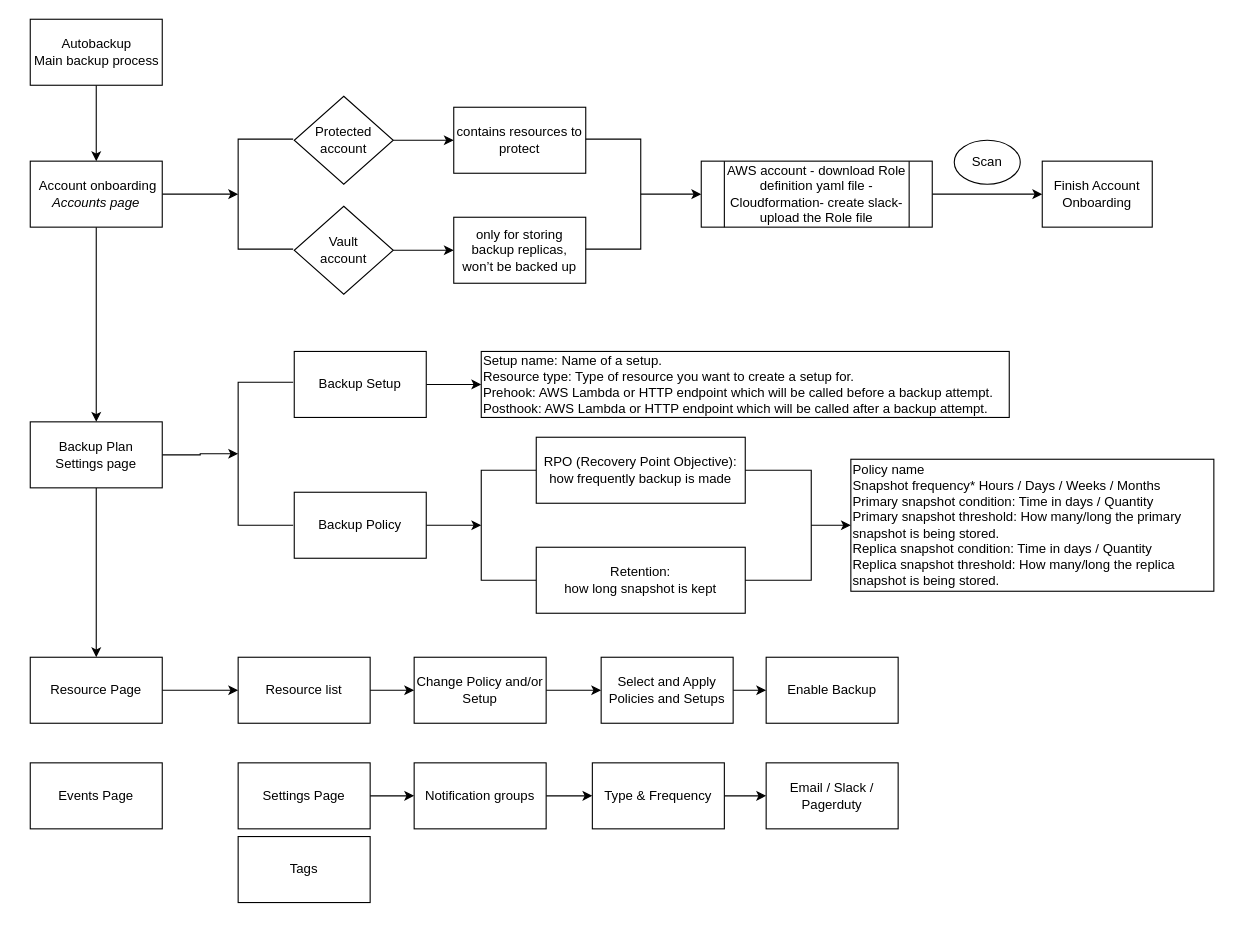
This is Untitled Diagram.drawio from amuRico/follow, a draw.io file, before an edit. Source tidied: cells renumbered, new cells numbered last; positions are measured from the earlier drawing's top-left corner, leaving out a move shared by most shapes. Both pictures are drawn from the tidied source at 110%, with x=0, y=0 at pixel (19, 19).
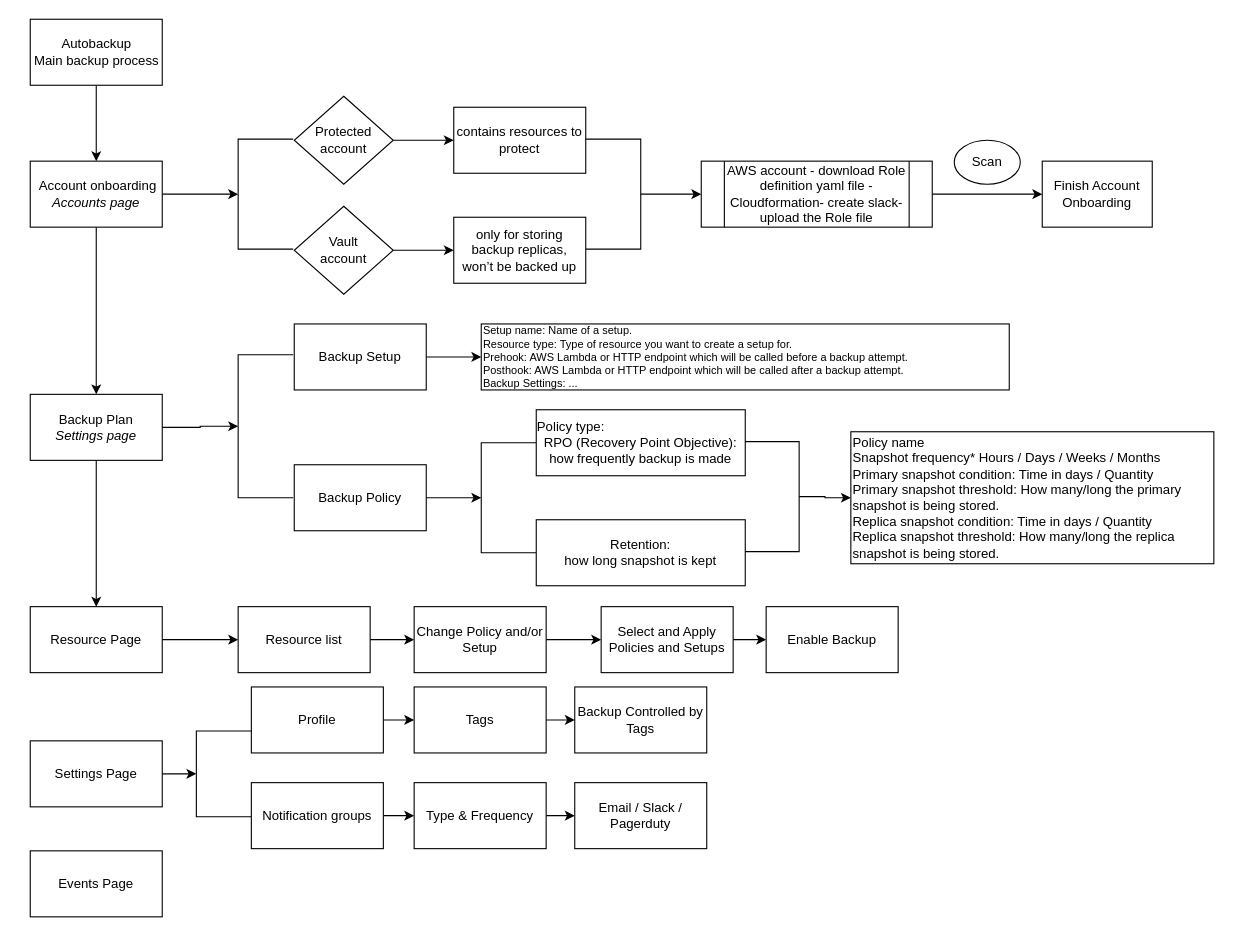
Above is the later version.

Diff of the diagram source:
```diff
@@
-    <mxCell id="9" value="Backup Plan&lt;br&gt;Settings page" style="rounded=0;whiteSpace=wrap;html=1;" parent="1" vertex="1">
-      <mxGeometry x="10" y="366" width="120" height="60" as="geometry" />
+    <mxCell id="9" value="Backup Plan&lt;br&gt;&lt;i&gt;Settings page&lt;/i&gt;" style="rounded=0;whiteSpace=wrap;html=1;" parent="1" vertex="1">
+      <mxGeometry x="10" y="341" width="120" height="60" as="geometry" />
     </mxCell>
@@
     <mxCell id="11" value="Resource Page" style="rounded=0;whiteSpace=wrap;html=1;" parent="1" vertex="1">
-      <mxGeometry x="10" y="580" width="120" height="60" as="geometry" />
+      <mxGeometry x="10" y="534" width="120" height="60" as="geometry" />
     </mxCell>
     <mxCell id="12" value="Events Page" style="rounded=0;whiteSpace=wrap;html=1;" parent="1" vertex="1">
-      <mxGeometry x="10" y="676" width="120" height="60" as="geometry" />
+      <mxGeometry x="10" y="756" width="120" height="60" as="geometry" />
     </mxCell>
@@
     <mxCell id="14" value="Resource list" style="rounded=0;whiteSpace=wrap;html=1;" parent="1" vertex="1">
-      <mxGeometry x="199" y="580" width="120" height="60" as="geometry" />
+      <mxGeometry x="199" y="534" width="120" height="60" as="geometry" />
     </mxCell>
@@
     <mxCell id="16" value="Change Policy and/or Setup" style="rounded=0;whiteSpace=wrap;html=1;" parent="1" vertex="1">
-      <mxGeometry x="359" y="580" width="120" height="60" as="geometry" />
+      <mxGeometry x="359" y="534" width="120" height="60" as="geometry" />
     </mxCell>
@@
     <mxCell id="18" value="Select and Apply Policies and Setups" style="rounded=0;whiteSpace=wrap;html=1;" parent="1" vertex="1">
-      <mxGeometry x="529" y="580" width="120" height="60" as="geometry" />
+      <mxGeometry x="529" y="534" width="120" height="60" as="geometry" />
     </mxCell>
@@
     <mxCell id="20" value="Backup Setup" style="rounded=0;whiteSpace=wrap;html=1;" parent="1" vertex="1">
-      <mxGeometry x="250" y="302" width="120" height="60" as="geometry" />
+      <mxGeometry x="250" y="277" width="120" height="60" as="geometry" />
     </mxCell>
@@
     <mxCell id="22" value="Backup Policy" style="rounded=0;whiteSpace=wrap;html=1;" parent="1" vertex="1">
-      <mxGeometry x="250" y="430" width="120" height="60" as="geometry" />
+      <mxGeometry x="250" y="405" width="120" height="60" as="geometry" />
     </mxCell>
     <mxCell id="23" value="Enable Backup" style="rounded=0;whiteSpace=wrap;html=1;" parent="1" vertex="1">
-      <mxGeometry x="679" y="580" width="120" height="60" as="geometry" />
+      <mxGeometry x="679" y="534" width="120" height="60" as="geometry" />
     </mxCell>
@@
     <mxCell id="37" style="strokeWidth=1;html=1;shape=mxgraph.flowchart.annotation_1;align=left;" parent="1" vertex="1">
-      <mxGeometry x="199" y="330" width="50" height="130" as="geometry" />
+      <mxGeometry x="199" y="305" width="50" height="130" as="geometry" />
     </mxCell>
-    <mxCell id="38" value="Setup name: Name of a setup.&lt;br&gt;Resource type: Type of resource you want to create a setup for.&lt;br&gt;&lt;div&gt;Prehook: AWS Lambda or HTTP endpoint which will be called before a backup attempt. &lt;br&gt;&lt;/div&gt;&lt;div&gt;Posthook: AWS Lambda or HTTP endpoint which will be called after a backup attempt.&lt;/div&gt;" style="rounded=0;whiteSpace=wrap;html=1;align=left;" parent="1" vertex="1">
-      <mxGeometry x="420" y="302" width="480" height="60" as="geometry" />
+    <mxCell id="38" value="Setup name: Name of a setup.&lt;br style=&quot;font-size: 10px;&quot;&gt;Resource type: Type of resource you want to create a setup for.&lt;br style=&quot;font-size: 10px;&quot;&gt;&lt;div style=&quot;font-size: 10px;&quot;&gt;Prehook: AWS Lambda or HTTP endpoint which will be called before a backup attempt. &lt;br style=&quot;font-size: 10px;&quot;&gt;&lt;/div&gt;&lt;div style=&quot;font-size: 10px;&quot;&gt;Posthook: AWS Lambda or HTTP endpoint which will be called after a backup attempt.&lt;/div&gt;&lt;div style=&quot;font-size: 10px;&quot;&gt;Backup Settings: ...&lt;br style=&quot;font-size: 10px;&quot;&gt;&lt;/div&gt;" style="rounded=0;whiteSpace=wrap;html=1;align=left;fontSize=10;" parent="1" vertex="1">
+      <mxGeometry x="420" y="277" width="480" height="60" as="geometry" />
     </mxCell>
     <mxCell id="39" style="strokeWidth=1;html=1;shape=mxgraph.flowchart.annotation_1;align=left;" parent="1" vertex="1">
-      <mxGeometry x="420" y="410" width="50" height="100" as="geometry" />
+      <mxGeometry x="420" y="385" width="50" height="100" as="geometry" />
     </mxCell>
-    <mxCell id="40" value="RPO (Recovery Point Objective): how frequently backup is made" style="rounded=0;whiteSpace=wrap;html=1;" parent="1" vertex="1">
-      <mxGeometry x="470" y="380" width="190" height="60" as="geometry" />
+    <mxCell id="40" value="&lt;div align=&quot;left&quot;&gt;Policy type:&lt;/div&gt;&lt;div&gt;RPO (Recovery Point Objective): how frequently backup is made&lt;/div&gt;" style="rounded=0;whiteSpace=wrap;html=1;" parent="1" vertex="1">
+      <mxGeometry x="470" y="355" width="190" height="60" as="geometry" />
     </mxCell>
     <mxCell id="41" value="&lt;div&gt;Retention:&lt;/div&gt;&lt;div&gt; how long snapshot is kept&lt;/div&gt;" style="rounded=0;whiteSpace=wrap;html=1;" parent="1" vertex="1">
-      <mxGeometry x="470" y="480" width="190" height="60" as="geometry" />
+      <mxGeometry x="470" y="455" width="190" height="60" as="geometry" />
     </mxCell>
@@
     <mxCell id="43" style="strokeWidth=1;html=1;shape=mxgraph.flowchart.annotation_1;align=left;rotation=-180;" parent="1" vertex="1">
-      <mxGeometry x="660" y="410" width="60" height="100" as="geometry" />
+      <mxGeometry x="660" y="384" width="49" height="100" as="geometry" />
     </mxCell>
     <mxCell id="44" value="Policy name&lt;br&gt;Snapshot frequency* Hours / Days / Weeks / Months&lt;br&gt;Primary snapshot condition: Time in days / Quantity&lt;br&gt;&lt;div&gt;Primary snapshot threshold: How many/long the primary snapshot is being stored. &lt;br&gt;&lt;/div&gt;&lt;div&gt;Replica snapshot condition: Time in days / Quantity&lt;/div&gt;Replica snapshot threshold: How many/long the replica snapshot is being stored." style="rounded=0;whiteSpace=wrap;html=1;align=left;" parent="1" vertex="1">
-      <mxGeometry x="756" y="400" width="330" height="120" as="geometry" />
+      <mxGeometry x="756" y="375" width="330" height="120" as="geometry" />
     </mxCell>
@@
-    <mxCell id="46" style="edgeStyle=orthogonalEdgeStyle;rounded=0;jettySize=auto;html=1;" parent="1" edge="1" source="47" target="49">
-      <mxGeometry relative="1" as="geometry" />
-    </mxCell>
+    <mxCell id="54" style="edgeStyle=orthogonalEdgeStyle;rounded=0;jettySize=auto;html=1;fontSize=10;" parent="1" edge="1" source="47" target="53">
+      <mxGeometry relative="1" as="geometry" />
+    </mxCell>
-    <mxCell id="47" value="Settings Page" style="rounded=0;whiteSpace=wrap;html=1;" parent="1" vertex="1">
-      <mxGeometry x="199" y="676" width="120" height="60" as="geometry" />
+    <mxCell id="47" value="Profile" style="rounded=0;whiteSpace=wrap;html=1;" parent="1" vertex="1">
+      <mxGeometry x="211" y="607" width="120" height="60" as="geometry" />
     </mxCell>
-    <mxCell id="48" style="edgeStyle=orthogonalEdgeStyle;rounded=0;jettySize=auto;html=1;" parent="1" edge="1" source="49" target="52">
+    <mxCell id="48" style="edgeStyle=orthogonalEdgeStyle;rounded=0;jettySize=auto;html=1;fontSize=10;" parent="1" edge="1" source="49" target="52">
       <mxGeometry relative="1" as="geometry" />
     </mxCell>
     <mxCell id="49" value="Notification groups" style="rounded=0;whiteSpace=wrap;html=1;" parent="1" vertex="1">
-      <mxGeometry x="359" y="676" width="120" height="60" as="geometry" />
+      <mxGeometry x="211" y="694" width="120" height="60" as="geometry" />
     </mxCell>
     <mxCell id="50" value="Email / Slack / Pagerduty" style="rounded=0;whiteSpace=wrap;html=1;" parent="1" vertex="1">
-      <mxGeometry x="679" y="676" width="120" height="60" as="geometry" />
+      <mxGeometry x="505" y="694" width="120" height="60" as="geometry" />
     </mxCell>
@@
     <mxCell id="52" value="Type &amp;amp; Frequency" style="rounded=0;whiteSpace=wrap;html=1;" parent="1" vertex="1">
-      <mxGeometry x="521" y="676" width="120" height="60" as="geometry" />
+      <mxGeometry x="359" y="694" width="120" height="60" as="geometry" />
     </mxCell>
+    <mxCell id="55" style="edgeStyle=orthogonalEdgeStyle;rounded=0;jettySize=auto;html=1;fontSize=10;" parent="1" edge="1" source="53" target="56">
+      <mxGeometry relative="1" as="geometry" />
+    </mxCell>
     <mxCell id="53" value="Tags" style="rounded=0;whiteSpace=wrap;html=1;" parent="1" vertex="1">
-      <mxGeometry x="199" y="743" width="120" height="60" as="geometry" />
+      <mxGeometry x="359" y="607" width="120" height="60" as="geometry" />
     </mxCell>
+    <mxCell id="56" value="Backup Controlled by Tags" style="whiteSpace=wrap;html=1;rounded=0;" parent="1" vertex="1">
+      <mxGeometry x="505" y="607" width="120" height="60" as="geometry" />
+    </mxCell>
+    <mxCell id="57" style="edgeStyle=orthogonalEdgeStyle;rounded=0;jettySize=auto;html=1;fontSize=10;" parent="1" edge="1" source="58" target="59">
+      <mxGeometry relative="1" as="geometry" />
+    </mxCell>
+    <mxCell id="58" value="Settings Page" style="rounded=0;whiteSpace=wrap;html=1;" parent="1" vertex="1">
+      <mxGeometry x="10" y="656" width="120" height="60" as="geometry" />
+    </mxCell>
+    <mxCell id="59" style="strokeWidth=1;html=1;shape=mxgraph.flowchart.annotation_1;align=left;" parent="1" vertex="1">
+      <mxGeometry x="161" y="647" width="50" height="78" as="geometry" />
+    </mxCell>
```
